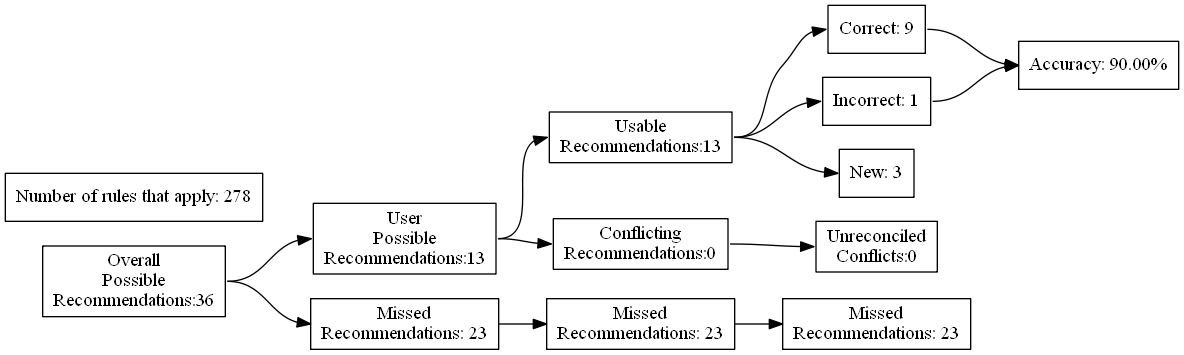
This is test_renders/75.gv.png from ZaxR/ibd_diet_analysis, a Graphviz export, as it was before one commit. Its source is kept beside it as test_renders/75.gv.
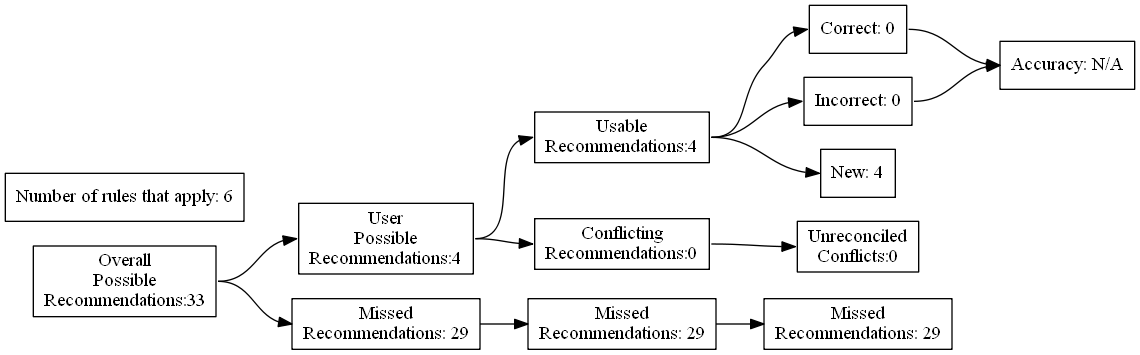
The same file after the commit.

Diff of the diagram source:
```diff
@@ -4,27 +4,27 @@
 	edge [headport=w tailport=e]
 		A [label="Overall
 Possible
-Recommendations:36"]
+Recommendations:33"]
 		B [label="User
 Possible
-Recommendations:13"]
+Recommendations:4"]
 		C [label="Missed
-Recommendations: 23"]
+Recommendations: 29"]
 		D [label="Usable
-Recommendations:13"]
+Recommendations:4"]
 		E [label="Conflicting
 Recommendations:0"]
 		J [label="Missed
-Recommendations: 23"]
+Recommendations: 29"]
 		M [label="Unreconciled
 Conflicts:0"]
-		F [label="Correct: 9"]
-		G [label="Incorrect: 1"]
-		H [label="New: 3"]
+		F [label="Correct: 0"]
+		G [label="Incorrect: 0"]
+		H [label="New: 4"]
 		K [label="Missed
-Recommendations: 23"]
-		I [label="Accuracy: 90.00%"]
-		l [label="Number of rules that apply: 278"]
+Recommendations: 29"]
+		I [label="Accuracy: N/A"]
+		l [label="Number of rules that apply: 6"]
 			A -> B
 			A -> C
 			B -> D
```
